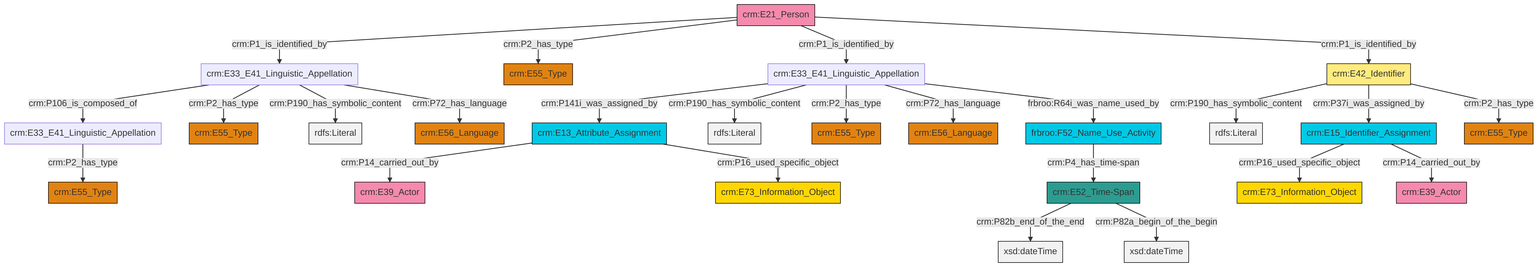
Before: et/personCSV/ttl/mmd/png/Person_Names_and_Classification.png, a diagram exported from Mermaid (swiss-art-research-net/docs.swissartresearch). Its source is kept beside it as et/personCSV/ttl/mmd/Person_Names_and_Classification.ttl.mmd.
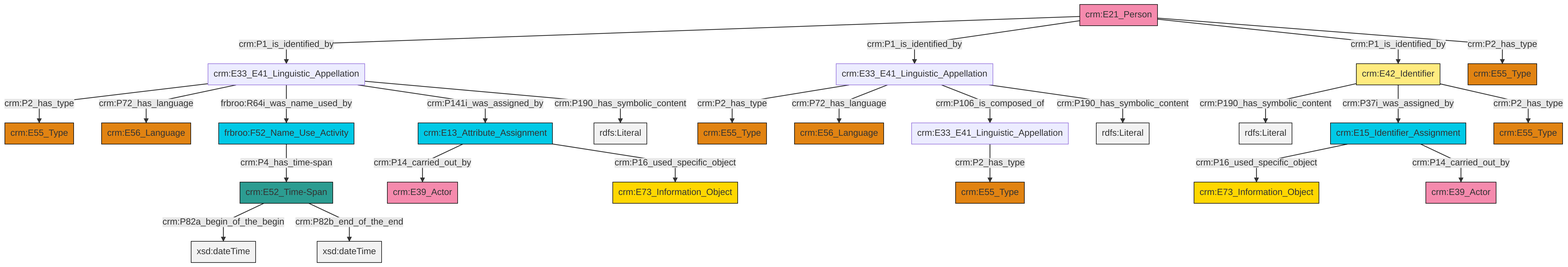
Above is the later version.

What changed in the source:
```diff
@@ -13,27 +13,27 @@
 classDef PC_Classes fill:#4ce600, stroke:#000000;
 classDef Multi fill:#cccccc,stroke:#000000;
 
-2["crm:E42_Identifier"]:::Appellation -->|crm:P190_has_symbolic_content| 4[rdfs:Literal]:::Literal
-5["crm:E21_Person"]:::Actor -->|crm:P1_is_identified_by| 6["crm:E33_E41_Linguistic_Appellation"]:::Default
-9["crm:E52_Time-Span"]:::Time-Span -->|crm:P82b_end_of_the_end| 10[xsd:dateTime]:::Literal
-5["crm:E21_Person"]:::Actor -->|crm:P2_has_type| 19["crm:E55_Type"]:::Type
-6["crm:E33_E41_Linguistic_Appellation"]:::Default -->|crm:P106_is_composed_of| 20["crm:E33_E41_Linguistic_Appellation"]:::Default
-7["crm:E33_E41_Linguistic_Appellation"]:::Default -->|crm:P141i_was_assigned_by| 23["crm:E13_Attribute_Assignment"]:::Temporal_Entity
-6["crm:E33_E41_Linguistic_Appellation"]:::Default -->|crm:P2_has_type| 24["crm:E55_Type"]:::Type
-5["crm:E21_Person"]:::Actor -->|crm:P1_is_identified_by| 7["crm:E33_E41_Linguistic_Appellation"]:::Default
-2["crm:E42_Identifier"]:::Appellation -->|crm:P37i_was_assigned_by| 25["crm:E15_Identifier_Assignment"]:::Temporal_Entity
-0["frbroo:F52_Name_Use_Activity"]:::Temporal_Entity -->|crm:P4_has_time-span| 9["crm:E52_Time-Span"]:::Time-Span
-7["crm:E33_E41_Linguistic_Appellation"]:::Default -->|crm:P190_has_symbolic_content| 27[rdfs:Literal]:::Literal
-9["crm:E52_Time-Span"]:::Time-Span -->|crm:P82a_begin_of_the_begin| 28[xsd:dateTime]:::Literal
-7["crm:E33_E41_Linguistic_Appellation"]:::Default -->|crm:P2_has_type| 11["crm:E55_Type"]:::Type
-2["crm:E42_Identifier"]:::Appellation -->|crm:P2_has_type| 15["crm:E55_Type"]:::Type
-25["crm:E15_Identifier_Assignment"]:::Temporal_Entity -->|crm:P16_used_specific_object| 32["crm:E73_Information_Object"]:::Conceptual_Object
-23["crm:E13_Attribute_Assignment"]:::Temporal_Entity -->|crm:P14_carried_out_by| 35["crm:E39_Actor"]:::Actor
-20["crm:E33_E41_Linguistic_Appellation"]:::Default -->|crm:P2_has_type| 13["crm:E55_Type"]:::Type
-23["crm:E13_Attribute_Assignment"]:::Temporal_Entity -->|crm:P16_used_specific_object| 17["crm:E73_Information_Object"]:::Conceptual_Object
-6["crm:E33_E41_Linguistic_Appellation"]:::Default -->|crm:P190_has_symbolic_content| 38[rdfs:Literal]:::Literal
-7["crm:E33_E41_Linguistic_Appellation"]:::Default -->|crm:P72_has_language| 29["crm:E56_Language"]:::Type
-5["crm:E21_Person"]:::Actor -->|crm:P1_is_identified_by| 2["crm:E42_Identifier"]:::Appellation
-25["crm:E15_Identifier_Assignment"]:::Temporal_Entity -->|crm:P14_carried_out_by| 43["crm:E39_Actor"]:::Actor
-6["crm:E33_E41_Linguistic_Appellation"]:::Default -->|crm:P72_has_language| 39["crm:E56_Language"]:::Type
-7["crm:E33_E41_Linguistic_Appellation"]:::Default -->|frbroo:R64i_was_name_used_by| 0["frbroo:F52_Name_Use_Activity"]:::Temporal_Entity
+2["crm:E33_E41_Linguistic_Appellation"]:::Default -->|crm:P2_has_type| 3["crm:E55_Type"]:::Type
+4["crm:E33_E41_Linguistic_Appellation"]:::Default -->|crm:P2_has_type| 5["crm:E55_Type"]:::Type
+6["crm:E15_Identifier_Assignment"]:::Temporal_Entity -->|crm:P16_used_specific_object| 7["crm:E73_Information_Object"]:::Conceptual_Object
+8["crm:E42_Identifier"]:::Appellation -->|crm:P190_has_symbolic_content| 10[rdfs:Literal]:::Literal
+11["crm:E52_Time-Span"]:::Time-Span -->|crm:P82a_begin_of_the_begin| 12[xsd:dateTime]:::Literal
+16["crm:E13_Attribute_Assignment"]:::Temporal_Entity -->|crm:P14_carried_out_by| 17["crm:E39_Actor"]:::Actor
+22["crm:E21_Person"]:::Actor -->|crm:P1_is_identified_by| 4["crm:E33_E41_Linguistic_Appellation"]:::Default
+4["crm:E33_E41_Linguistic_Appellation"]:::Default -->|crm:P72_has_language| 0["crm:E56_Language"]:::Type
+25["frbroo:F52_Name_Use_Activity"]:::Temporal_Entity -->|crm:P4_has_time-span| 11["crm:E52_Time-Span"]:::Time-Span
+4["crm:E33_E41_Linguistic_Appellation"]:::Default -->|frbroo:R64i_was_name_used_by| 25["frbroo:F52_Name_Use_Activity"]:::Temporal_Entity
+4["crm:E33_E41_Linguistic_Appellation"]:::Default -->|crm:P141i_was_assigned_by| 16["crm:E13_Attribute_Assignment"]:::Temporal_Entity
+2["crm:E33_E41_Linguistic_Appellation"]:::Default -->|crm:P72_has_language| 28["crm:E56_Language"]:::Type
+16["crm:E13_Attribute_Assignment"]:::Temporal_Entity -->|crm:P16_used_specific_object| 20["crm:E73_Information_Object"]:::Conceptual_Object
+4["crm:E33_E41_Linguistic_Appellation"]:::Default -->|crm:P190_has_symbolic_content| 31[rdfs:Literal]:::Literal
+6["crm:E15_Identifier_Assignment"]:::Temporal_Entity -->|crm:P14_carried_out_by| 33["crm:E39_Actor"]:::Actor
+22["crm:E21_Person"]:::Actor -->|crm:P1_is_identified_by| 2["crm:E33_E41_Linguistic_Appellation"]:::Default
+8["crm:E42_Identifier"]:::Appellation -->|crm:P37i_was_assigned_by| 6["crm:E15_Identifier_Assignment"]:::Temporal_Entity
+8["crm:E42_Identifier"]:::Appellation -->|crm:P2_has_type| 37["crm:E55_Type"]:::Type
+2["crm:E33_E41_Linguistic_Appellation"]:::Default -->|crm:P106_is_composed_of| 23["crm:E33_E41_Linguistic_Appellation"]:::Default
+22["crm:E21_Person"]:::Actor -->|crm:P1_is_identified_by| 8["crm:E42_Identifier"]:::Appellation
+11["crm:E52_Time-Span"]:::Time-Span -->|crm:P82b_end_of_the_end| 42[xsd:dateTime]:::Literal
+23["crm:E33_E41_Linguistic_Appellation"]:::Default -->|crm:P2_has_type| 26["crm:E55_Type"]:::Type
+22["crm:E21_Person"]:::Actor -->|crm:P2_has_type| 13["crm:E55_Type"]:::Type
+2["crm:E33_E41_Linguistic_Appellation"]:::Default -->|crm:P190_has_symbolic_content| 45[rdfs:Literal]:::Literal
```
